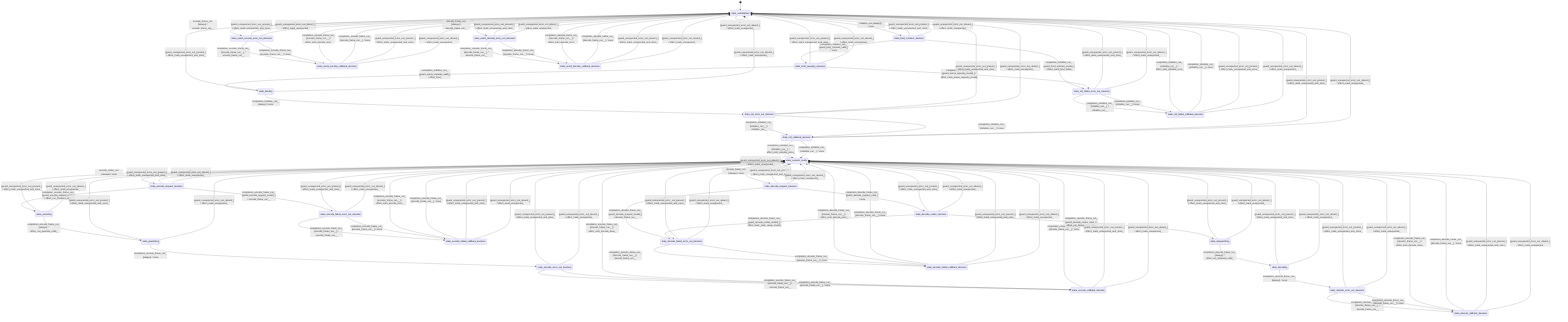
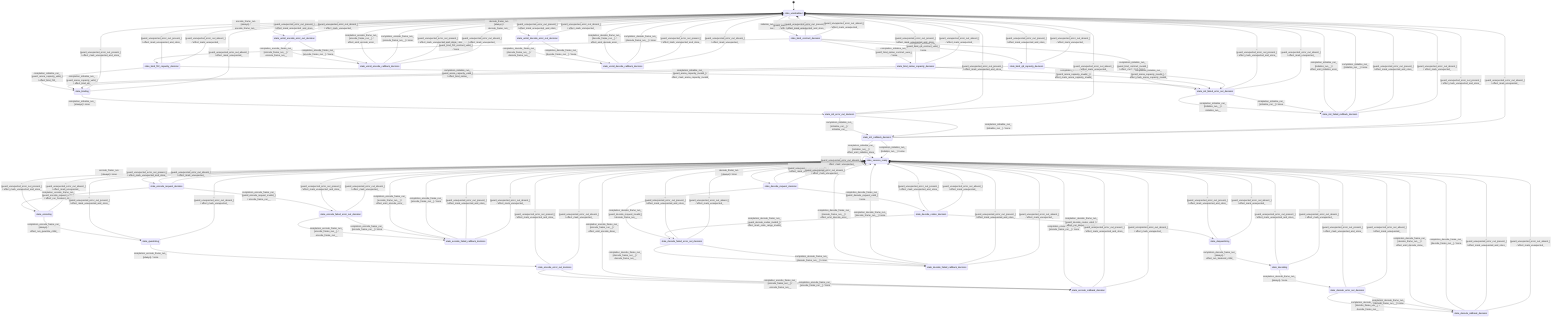
stateDiagram-v2
  direction TB
  [*] --> state_uninitialized
  state_uninitialized --> state_bind_contract_decision : initialize_run [always] / none
-   state_bind_contract_decision --> state_bind_capacity_decision : completion_initialize_run_ [guard_bind_contract_valid_] / none
+   state_bind_contract_decision --> state_bind_f32_capacity_decision : completion_initialize_run_ [guard_bind_f32_contract_valid_] / none
+   state_bind_contract_decision --> state_bind_native_capacity_decision : completion_initialize_run_ [guard_bind_native_contract_valid_] / none
+   state_bind_contract_decision --> state_bind_q8_capacity_decision : completion_initialize_run_ [guard_bind_q8_contract_valid_] / none
  state_bind_contract_decision --> state_init_failed_error_out_decision : completion_initialize_run_ [guard_bind_contract_invalid_] / effect_mark_bind_failed_
-   state_bind_capacity_decision --> state_binding : completion_initialize_run_ [guard_arena_capacity_valid_] / effect_bind_
-   state_bind_capacity_decision --> state_init_failed_error_out_decision : completion_initialize_run_ [guard_arena_capacity_invalid_] / effect_mark_arena_capacity_invalid_
+   state_bind_f32_capacity_decision --> state_binding : completion_initialize_run_ [guard_arena_capacity_valid_] / effect_bind_f32_
+   state_bind_f32_capacity_decision --> state_init_failed_error_out_decision : completion_initialize_run_ [guard_arena_capacity_invalid_] / effect_mark_arena_capacity_invalid_
+   state_bind_native_capacity_decision --> state_binding : completion_initialize_run_ [guard_arena_capacity_valid_] / effect_bind_native_
+   state_bind_native_capacity_decision --> state_init_failed_error_out_decision : completion_initialize_run_ [guard_arena_capacity_invalid_] / effect_mark_arena_capacity_invalid_
+   state_bind_q8_capacity_decision --> state_binding : completion_initialize_run_ [guard_arena_capacity_valid_] / effect_bind_q8_
+   state_bind_q8_capacity_decision --> state_init_failed_error_out_decision : completion_initialize_run_ [guard_arena_capacity_invalid_] / effect_mark_arena_capacity_invalid_
  state_binding --> state_init_error_out_decision : completion_initialize_run_ [always] / none
  state_init_error_out_decision --> state_init_callback_decision : completion_initialize_run_ [initialize_run__] / initialize_run__
  state_init_error_out_decision --> state_init_callback_decision : completion_initialize_run_ [initialize_run__] / none
  state_init_failed_error_out_decision --> state_init_failed_callback_decision : completion_initialize_run_ [initialize_run__] / initialize_run__
  state_init_failed_error_out_decision --> state_init_failed_callback_decision : completion_initialize_run_ [initialize_run__] / none
  state_init_callback_decision --> state_session_ready : completion_initialize_run_ [initialize_run__] / effect_emit_initialize_done_
  state_init_callback_decision --> state_session_ready : completion_initialize_run_ [initialize_run__] / none
  state_init_failed_callback_decision --> state_uninitialized : completion_initialize_run_ [initialize_run__] / effect_emit_initialize_error_
  state_init_failed_callback_decision --> state_uninitialized : completion_initialize_run_ [initialize_run__] / none
  state_session_ready --> state_encode_request_decision : encode_frame_run [always] / none
  state_encode_request_decision --> state_encoding : completion_encode_frame_run_ [guard_encode_request_valid_] / effect_run_frontend_child_
  state_encode_request_decision --> state_encode_failed_error_out_decision : completion_encode_frame_run_ [guard_encode_request_invalid_] / encode_frame_run__
  state_encoding --> state_quantizing : completion_encode_frame_run_ [always] / effect_run_quantize_child_
  state_quantizing --> state_encode_error_out_decision : completion_encode_frame_run_ [always] / none
  state_encode_error_out_decision --> state_encode_callback_decision : completion_encode_frame_run_ [encode_frame_run__] / encode_frame_run__
  state_encode_error_out_decision --> state_encode_callback_decision : completion_encode_frame_run_ [encode_frame_run__] / none
  state_encode_failed_error_out_decision --> state_encode_failed_callback_decision : completion_encode_frame_run_ [encode_frame_run__] / encode_frame_run__
  state_encode_failed_error_out_decision --> state_encode_failed_callback_decision : completion_encode_frame_run_ [encode_frame_run__] / none
  state_encode_callback_decision --> state_session_ready : completion_encode_frame_run_ [encode_frame_run__] / effect_emit_encode_done_
  state_encode_callback_decision --> state_session_ready : completion_encode_frame_run_ [encode_frame_run__] / none
  state_encode_failed_callback_decision --> state_session_ready : completion_encode_frame_run_ [encode_frame_run__] / effect_emit_encode_error_
  state_encode_failed_callback_decision --> state_session_ready : completion_encode_frame_run_ [encode_frame_run__] / none
  state_session_ready --> state_decode_request_decision : decode_frame_run [always] / none
  state_decode_request_decision --> state_decode_codes_decision : completion_decode_frame_run_ [guard_decode_request_valid_] / none
  state_decode_request_decision --> state_decode_failed_error_out_decision : completion_decode_frame_run_ [guard_decode_request_invalid_] / decode_frame_run__
  state_decode_codes_decision --> state_dequantizing : completion_decode_frame_run_ [guard_decode_codes_valid_] / effect_run_dequantize_child_
  state_decode_codes_decision --> state_decode_failed_error_out_decision : completion_decode_frame_run_ [guard_decode_codes_invalid_] / effect_mark_code_range_invalid_
  state_dequantizing --> state_decoding : completion_decode_frame_run_ [always] / effect_run_backend_child_
  state_decoding --> state_decode_error_out_decision : completion_decode_frame_run_ [always] / none
  state_decode_error_out_decision --> state_decode_callback_decision : completion_decode_frame_run_ [decode_frame_run__] / decode_frame_run__
  state_decode_error_out_decision --> state_decode_callback_decision : completion_decode_frame_run_ [decode_frame_run__] / none
  state_decode_failed_error_out_decision --> state_decode_failed_callback_decision : completion_decode_frame_run_ [decode_frame_run__] / decode_frame_run__
  state_decode_failed_error_out_decision --> state_decode_failed_callback_decision : completion_decode_frame_run_ [decode_frame_run__] / none
  state_decode_callback_decision --> state_session_ready : completion_decode_frame_run_ [decode_frame_run__] / effect_emit_decode_done_
  state_decode_callback_decision --> state_session_ready : completion_decode_frame_run_ [decode_frame_run__] / none
  state_decode_failed_callback_decision --> state_session_ready : completion_decode_frame_run_ [decode_frame_run__] / effect_emit_decode_error_
  state_decode_failed_callback_decision --> state_session_ready : completion_decode_frame_run_ [decode_frame_run__] / none
  state_session_ready --> state_session_ready : reset_stream_run [always] / effect_reset_stream_
+   state_uninitialized --> state_uninitialized : capture_diagnostics [always] / effect_capture_diagnostics_
+   state_session_ready --> state_session_ready : capture_diagnostics [always] / effect_capture_diagnostics_
  state_uninitialized --> state_uninit_encode_error_out_decision : encode_frame_run [always] / encode_frame_run__
  state_uninit_encode_error_out_decision --> state_uninit_encode_callback_decision : completion_encode_frame_run_ [encode_frame_run__] / encode_frame_run__
  state_uninit_encode_error_out_decision --> state_uninit_encode_callback_decision : completion_encode_frame_run_ [encode_frame_run__] / none
  state_uninit_encode_callback_decision --> state_uninitialized : completion_encode_frame_run_ [encode_frame_run__] / effect_emit_encode_error_
  state_uninit_encode_callback_decision --> state_uninitialized : completion_encode_frame_run_ [encode_frame_run__] / none
  state_uninitialized --> state_uninit_decode_error_out_decision : decode_frame_run [always] / decode_frame_run__
  state_uninit_decode_error_out_decision --> state_uninit_decode_callback_decision : completion_decode_frame_run_ [decode_frame_run__] / decode_frame_run__
  state_uninit_decode_error_out_decision --> state_uninit_decode_callback_decision : completion_decode_frame_run_ [decode_frame_run__] / none
  state_uninit_decode_callback_decision --> state_uninitialized : completion_decode_frame_run_ [decode_frame_run__] / effect_emit_decode_error_
  state_uninit_decode_callback_decision --> state_uninitialized : completion_decode_frame_run_ [decode_frame_run__] / none
  state_uninitialized --> state_uninitialized : _ [guard_unexpected_error_out_present_] / effect_mark_unexpected_and_store_
  state_uninitialized --> state_uninitialized : _ [guard_unexpected_error_out_absent_] / effect_mark_unexpected_
  state_session_ready --> state_session_ready : _ [guard_unexpected_error_out_present_] / effect_mark_unexpected_and_store_
  state_session_ready --> state_session_ready : _ [guard_unexpected_error_out_absent_] / effect_mark_unexpected_
  state_encode_request_decision --> state_session_ready : _ [guard_unexpected_error_out_present_] / effect_mark_unexpected_and_store_
  state_encode_request_decision --> state_session_ready : _ [guard_unexpected_error_out_absent_] / effect_mark_unexpected_
  state_decode_request_decision --> state_session_ready : _ [guard_unexpected_error_out_present_] / effect_mark_unexpected_and_store_
  state_decode_request_decision --> state_session_ready : _ [guard_unexpected_error_out_absent_] / effect_mark_unexpected_
  state_decode_codes_decision --> state_session_ready : _ [guard_unexpected_error_out_present_] / effect_mark_unexpected_and_store_
  state_decode_codes_decision --> state_session_ready : _ [guard_unexpected_error_out_absent_] / effect_mark_unexpected_
  state_encoding --> state_session_ready : _ [guard_unexpected_error_out_present_] / effect_mark_unexpected_and_store_
  state_encoding --> state_session_ready : _ [guard_unexpected_error_out_absent_] / effect_mark_unexpected_
  state_quantizing --> state_session_ready : _ [guard_unexpected_error_out_present_] / effect_mark_unexpected_and_store_
  state_quantizing --> state_session_ready : _ [guard_unexpected_error_out_absent_] / effect_mark_unexpected_
  state_dequantizing --> state_session_ready : _ [guard_unexpected_error_out_present_] / effect_mark_unexpected_and_store_
  state_dequantizing --> state_session_ready : _ [guard_unexpected_error_out_absent_] / effect_mark_unexpected_
  state_decoding --> state_session_ready : _ [guard_unexpected_error_out_present_] / effect_mark_unexpected_and_store_
  state_decoding --> state_session_ready : _ [guard_unexpected_error_out_absent_] / effect_mark_unexpected_
  state_encode_error_out_decision --> state_session_ready : _ [guard_unexpected_error_out_present_] / effect_mark_unexpected_and_store_
  state_encode_error_out_decision --> state_session_ready : _ [guard_unexpected_error_out_absent_] / effect_mark_unexpected_
  state_encode_callback_decision --> state_session_ready : _ [guard_unexpected_error_out_present_] / effect_mark_unexpected_and_store_
  state_encode_callback_decision --> state_session_ready : _ [guard_unexpected_error_out_absent_] / effect_mark_unexpected_
  state_encode_failed_error_out_decision --> state_session_ready : _ [guard_unexpected_error_out_present_] / effect_mark_unexpected_and_store_
  state_encode_failed_error_out_decision --> state_session_ready : _ [guard_unexpected_error_out_absent_] / effect_mark_unexpected_
  state_encode_failed_callback_decision --> state_session_ready : _ [guard_unexpected_error_out_present_] / effect_mark_unexpected_and_store_
  state_encode_failed_callback_decision --> state_session_ready : _ [guard_unexpected_error_out_absent_] / effect_mark_unexpected_
  state_decode_error_out_decision --> state_session_ready : _ [guard_unexpected_error_out_present_] / effect_mark_unexpected_and_store_
  state_decode_error_out_decision --> state_session_ready : _ [guard_unexpected_error_out_absent_] / effect_mark_unexpected_
  state_decode_callback_decision --> state_session_ready : _ [guard_unexpected_error_out_present_] / effect_mark_unexpected_and_store_
  state_decode_callback_decision --> state_session_ready : _ [guard_unexpected_error_out_absent_] / effect_mark_unexpected_
  state_decode_failed_error_out_decision --> state_session_ready : _ [guard_unexpected_error_out_present_] / effect_mark_unexpected_and_store_
  state_decode_failed_error_out_decision --> state_session_ready : _ [guard_unexpected_error_out_absent_] / effect_mark_unexpected_
  state_decode_failed_callback_decision --> state_session_ready : _ [guard_unexpected_error_out_present_] / effect_mark_unexpected_and_store_
  state_decode_failed_callback_decision --> state_session_ready : _ [guard_unexpected_error_out_absent_] / effect_mark_unexpected_
  state_bind_contract_decision --> state_uninitialized : _ [guard_unexpected_error_out_present_] / effect_mark_unexpected_and_store_
  state_bind_contract_decision --> state_uninitialized : _ [guard_unexpected_error_out_absent_] / effect_mark_unexpected_
-   state_bind_capacity_decision --> state_uninitialized : _ [guard_unexpected_error_out_present_] / effect_mark_unexpected_and_store_
-   state_bind_capacity_decision --> state_uninitialized : _ [guard_unexpected_error_out_absent_] / effect_mark_unexpected_
+   state_bind_f32_capacity_decision --> state_uninitialized : _ [guard_unexpected_error_out_present_] / effect_mark_unexpected_and_store_
+   state_bind_f32_capacity_decision --> state_uninitialized : _ [guard_unexpected_error_out_absent_] / effect_mark_unexpected_
+   state_bind_native_capacity_decision --> state_uninitialized : _ [guard_unexpected_error_out_present_] / effect_mark_unexpected_and_store_
+   state_bind_native_capacity_decision --> state_uninitialized : _ [guard_unexpected_error_out_absent_] / effect_mark_unexpected_
+   state_bind_q8_capacity_decision --> state_uninitialized : _ [guard_unexpected_error_out_present_] / effect_mark_unexpected_and_store_
+   state_bind_q8_capacity_decision --> state_uninitialized : _ [guard_unexpected_error_out_absent_] / effect_mark_unexpected_
  state_binding --> state_uninitialized : _ [guard_unexpected_error_out_present_] / effect_mark_unexpected_and_store_
  state_binding --> state_uninitialized : _ [guard_unexpected_error_out_absent_] / effect_mark_unexpected_
  state_init_error_out_decision --> state_uninitialized : _ [guard_unexpected_error_out_present_] / effect_mark_unexpected_and_store_
  state_init_error_out_decision --> state_uninitialized : _ [guard_unexpected_error_out_absent_] / effect_mark_unexpected_
  state_init_callback_decision --> state_uninitialized : _ [guard_unexpected_error_out_present_] / effect_mark_unexpected_and_store_
  state_init_callback_decision --> state_uninitialized : _ [guard_unexpected_error_out_absent_] / effect_mark_unexpected_
  state_init_failed_error_out_decision --> state_uninitialized : _ [guard_unexpected_error_out_present_] / effect_mark_unexpected_and_store_
  state_init_failed_error_out_decision --> state_uninitialized : _ [guard_unexpected_error_out_absent_] / effect_mark_unexpected_
  state_init_failed_callback_decision --> state_uninitialized : _ [guard_unexpected_error_out_present_] / effect_mark_unexpected_and_store_
  state_init_failed_callback_decision --> state_uninitialized : _ [guard_unexpected_error_out_absent_] / effect_mark_unexpected_
  state_uninit_encode_error_out_decision --> state_uninitialized : _ [guard_unexpected_error_out_present_] / effect_mark_unexpected_and_store_
  state_uninit_encode_error_out_decision --> state_uninitialized : _ [guard_unexpected_error_out_absent_] / effect_mark_unexpected_
  state_uninit_encode_callback_decision --> state_uninitialized : _ [guard_unexpected_error_out_present_] / effect_mark_unexpected_and_store_
  state_uninit_encode_callback_decision --> state_uninitialized : _ [guard_unexpected_error_out_absent_] / effect_mark_unexpected_
  state_uninit_decode_error_out_decision --> state_uninitialized : _ [guard_unexpected_error_out_present_] / effect_mark_unexpected_and_store_
  state_uninit_decode_error_out_decision --> state_uninitialized : _ [guard_unexpected_error_out_absent_] / effect_mark_unexpected_
  state_uninit_decode_callback_decision --> state_uninitialized : _ [guard_unexpected_error_out_present_] / effect_mark_unexpected_and_store_
  state_uninit_decode_callback_decision --> state_uninitialized : _ [guard_unexpected_error_out_absent_] / effect_mark_unexpected_
